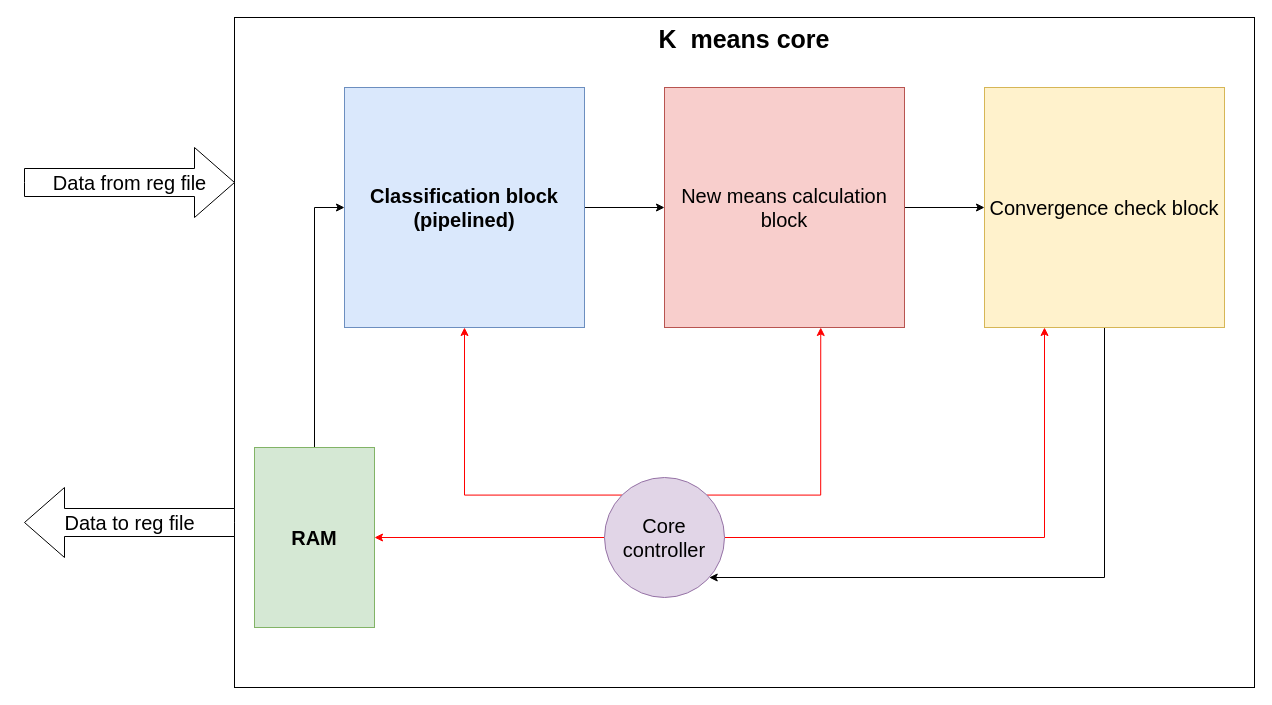
Before: block diagrams/core_block_diagram.drawio in liotahuf/project_k_means, a draw.io diagram. Source tidied: cells renumbered, new cells numbered last; positions are measured from the earlier drawing's top-left corner, leaving out a move shared by most shapes. Both pictures are drawn from the tidied source at 100%, with x=0, y=0 at pixel (24, 17).
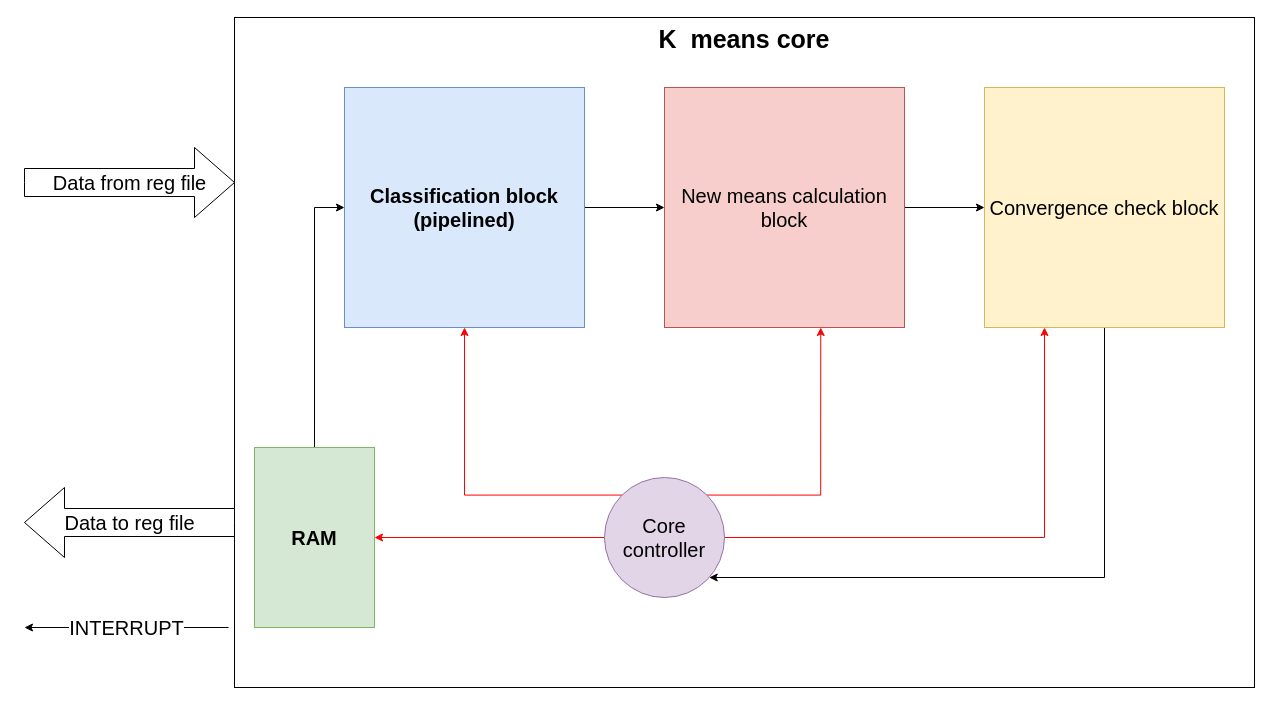
After the change.

What changed in the source:
```diff
@@
+    <mxCell id="18" value="&lt;font style=&quot;font-size: 20px&quot;&gt;INTERRUPT&lt;/font&gt;" style="endArrow=classic;html=1;" parent="1" edge="1">
+      <mxGeometry relative="1" as="geometry">
+        <mxPoint x="204" y="610" as="sourcePoint" />
+        <mxPoint y="610" as="targetPoint" />
+      </mxGeometry>
+    </mxCell>
```
